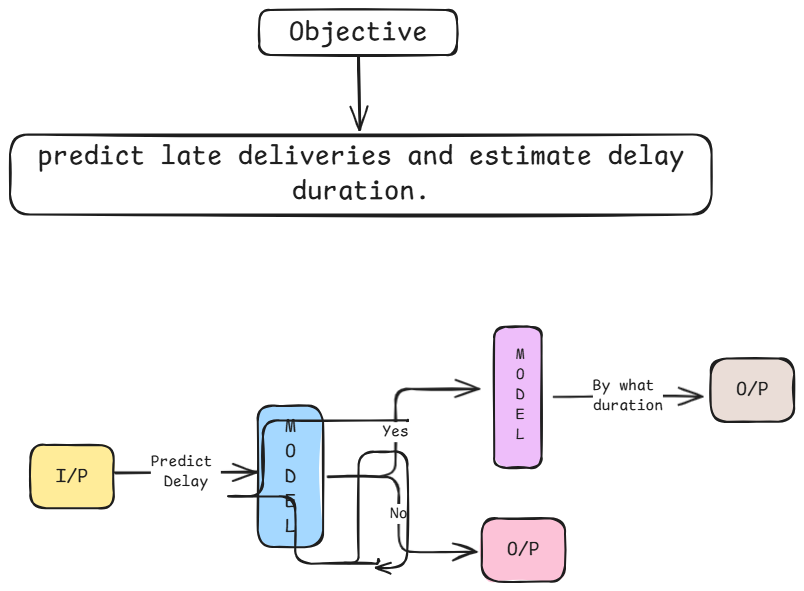
Earlier version of the Excalidraw export 01_Objective.excalidraw.png (Rudalph/supplier-delivery-delay-prediction). Source tidied: one line per element, renumbered; positions are measured from the earlier drawing's top-left corner, leaving out a move shared by most shapes.
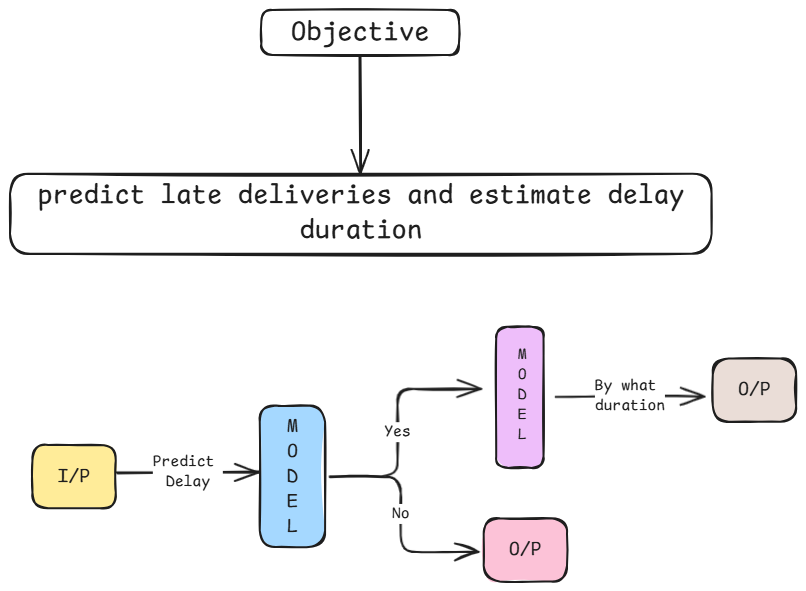
After the commit.

Change to the diagram source:
```diff
@@ -1,8 +1,8 @@
 {"id": 0, "type": "rectangle", "strokeColor": "#1e1e1e", "strokeWidth": 2, "roughness": 1, "round": true, "x": 249, "y": 0, "width": 198, "height": 45}
 {"id": 1, "type": "text", "text": "Objective", "strokeColor": "#1e1e1e", "strokeWidth": 2, "roughness": 1, "fontSize": 28, "fontFamily": 8, "textAlign": "center", "verticalAlign": "middle", "inside": 0, "x": 279, "y": 5, "width": 139, "height": 35}
-{"id": 2, "type": "arrow", "strokeColor": "#1e1e1e", "strokeWidth": 2, "roughness": 1, "endArrowhead": "arrow", "round": true, "from": 0, "to": 3, "x": 348, "y": 47, "width": 2, "height": 73, "points": [[0, 0], [2, 73]]}
+{"id": 2, "type": "arrow", "strokeColor": "#1e1e1e", "strokeWidth": 2, "roughness": 1, "endArrowhead": "arrow", "round": true, "from": 0, "to": 3, "x": 348, "y": 45, "width": 1, "height": 118, "points": [[0, 0], [1, 118]]}
-{"id": 3, "type": "rectangle", "strokeColor": "#1e1e1e", "strokeWidth": 2, "roughness": 1, "round": true, "x": 0, "y": 124, "width": 702, "height": 80}
+{"id": 3, "type": "rectangle", "strokeColor": "#1e1e1e", "strokeWidth": 2, "roughness": 1, "round": true, "x": -2, "y": 164, "width": 702, "height": 80}
-{"id": 4, "type": "text", "text": "predict late deliveries and estimate delay\nduration.", "strokeColor": "#1e1e1e", "strokeWidth": 2, "roughness": 1, "fontSize": 28, "fontFamily": 8, "textAlign": "center", "verticalAlign": "middle", "inside": 3, "x": 27, "y": 129, "width": 647, "height": 70}
+{"id": 4, "type": "text", "text": "predict late deliveries and estimate delay\nduration", "strokeColor": "#1e1e1e", "strokeWidth": 2, "roughness": 1, "fontSize": 28, "fontFamily": 8, "textAlign": "center", "verticalAlign": "middle", "inside": 3, "x": 25, "y": 169, "width": 647, "height": 70}
 {"id": 5, "type": "rectangle", "strokeColor": "#1e1e1e", "backgroundColor": "#ffec99", "fillStyle": "solid", "strokeWidth": 2, "roughness": 1, "round": true, "x": 20, "y": 435, "width": 83, "height": 63}
 {"id": 6, "type": "text", "text": "I/P", "strokeColor": "#1e1e1e", "strokeWidth": 2, "roughness": 1, "fontSize": 20, "fontFamily": 8, "textAlign": "center", "verticalAlign": "middle", "inside": 5, "x": 46, "y": 454, "width": 33, "height": 25}
 {"id": 7, "type": "rectangle", "strokeColor": "#1e1e1e", "backgroundColor": "#a5d8ff", "fillStyle": "solid", "strokeWidth": 2, "roughness": 1, "round": true, "x": 248, "y": 396, "width": 65, "height": 141}
```
